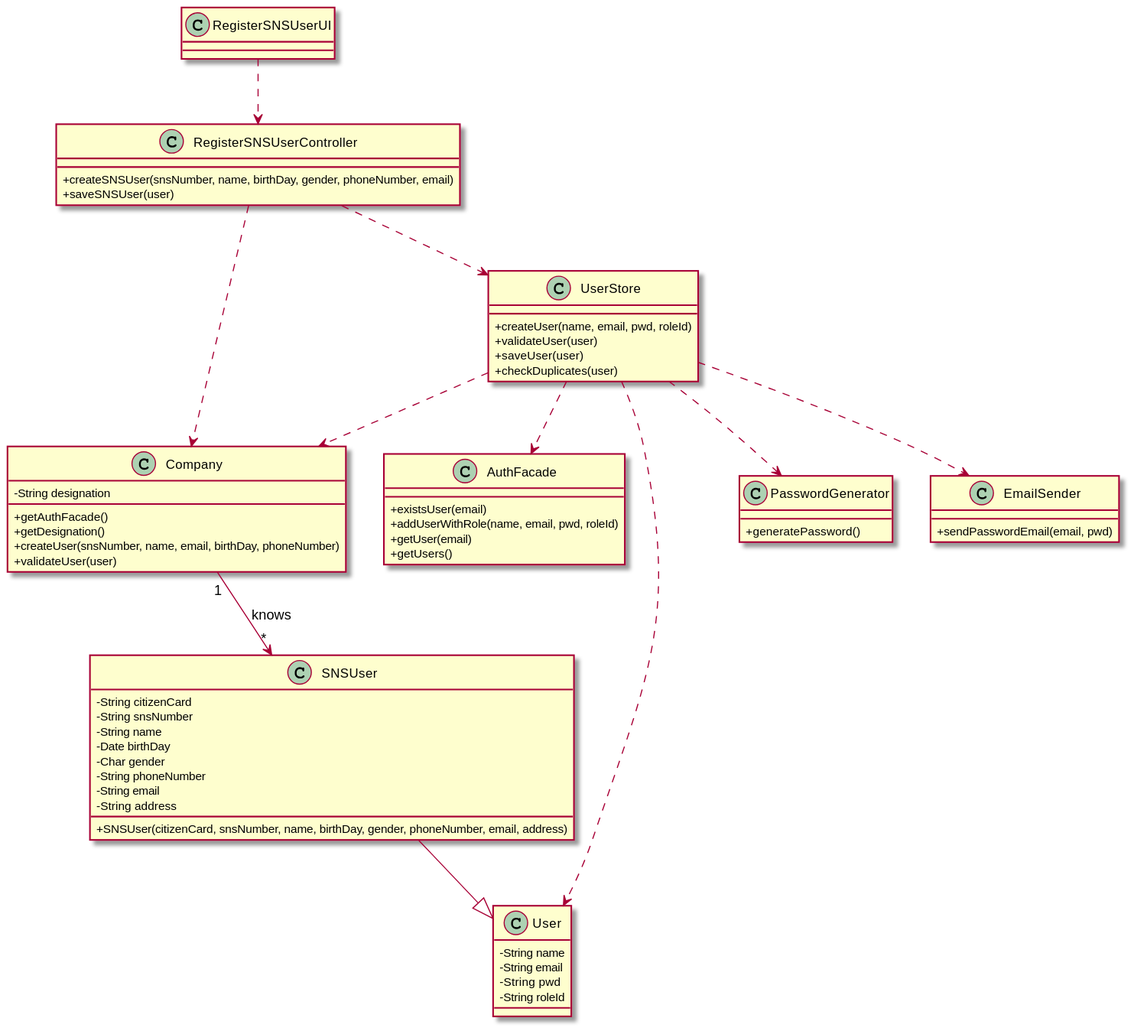
The PlantUML diagram docs/SprintB/US03/CD/US03_CD.svg in miseEnPlace-i/lapr2, before a commit.
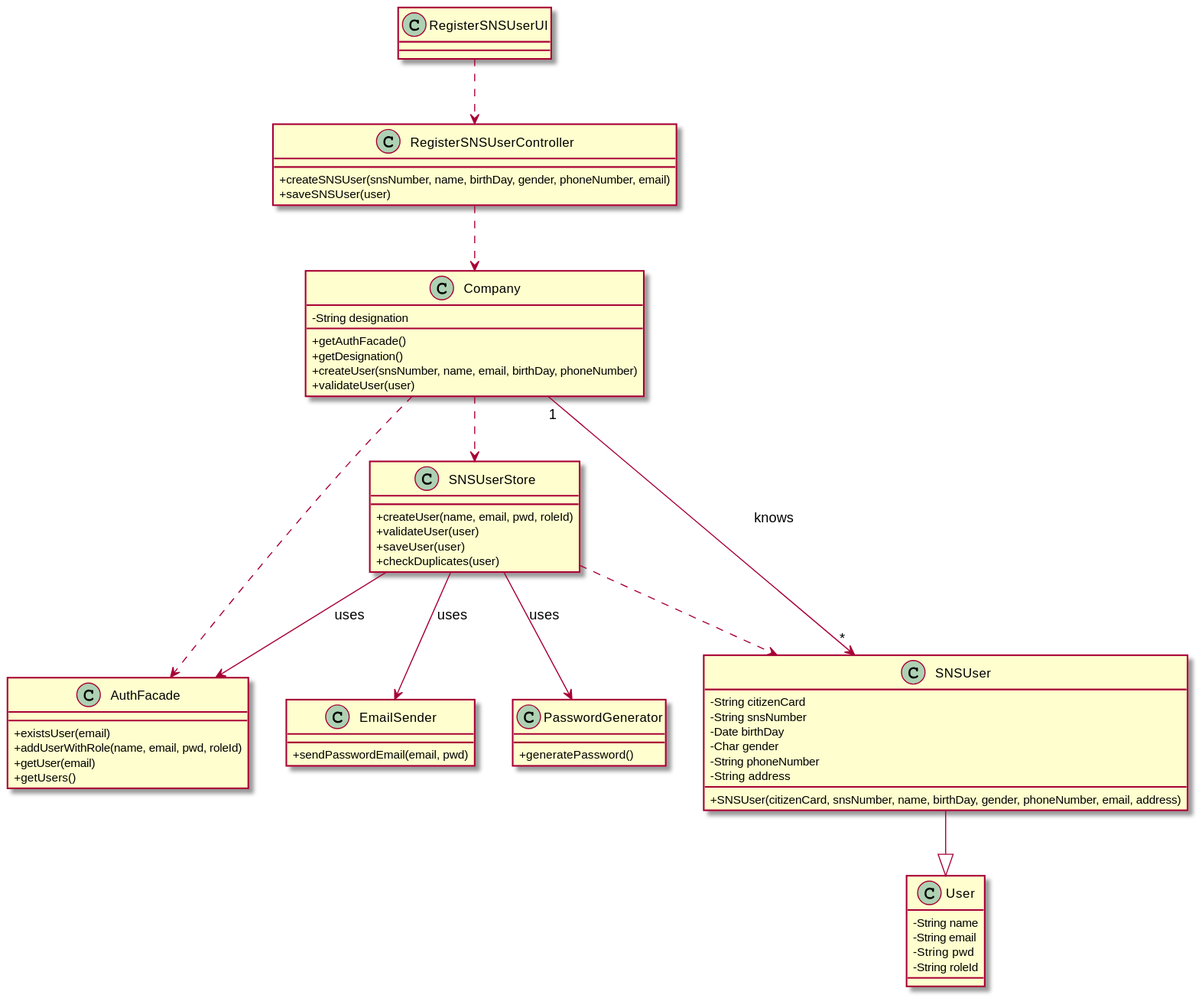
Above is the later version.

Commit message:
docs(US03): update CD according to latest clarifications

The edit, as a diff of the source:
```diff
@@ -1,6 +1,5 @@
 @startuml Class Diagram
 skinparam classAttributeIconSize 0
-
 
 class AuthFacade {
   + existsUser(email)
@@ -17,7 +16,6 @@
   + validateUser(user)
 }
 
-
 class RegisterSNSUserController {
   + createSNSUser(snsNumber, name, birthDay, gender, phoneNumber, email)
   + saveSNSUser(user)
@@ -28,11 +26,9 @@
 class SNSUser {
   - String citizenCard
   - String snsNumber
-  - String name
   - Date birthDay
   - Char gender
   - String phoneNumber
-  - String email
   - String address
   + SNSUser(citizenCard, snsNumber, name, birthDay, gender, phoneNumber, email, address)
 }
@@ -44,7 +40,7 @@
   - String roleId
 }
 
-class UserStore {
+class SNSUserStore {
   + createUser(name, email, pwd, roleId)
   + validateUser(user)
   + saveUser(user)
@@ -60,20 +56,19 @@
 }
 
 
-
+Company ..> SNSUserStore
+Company ..> AuthFacade
 Company "1" --> "*" SNSUser : knows
 
 RegisterSNSUserController ..> Company
-RegisterSNSUserController ..> UserStore
 
 RegisterSNSUserUI ..> RegisterSNSUserController
 
 SNSUser --|> User
 
-UserStore ..> User
-UserStore ..> Company
-UserStore ..> AuthFacade
-UserStore ..> PasswordGenerator
-UserStore ..> EmailSender
+SNSUserStore --> AuthFacade : uses
+SNSUserStore --> PasswordGenerator : uses
+SNSUserStore --> EmailSender : uses
+SNSUserStore ..> SNSUser
 
 @enduml
```
